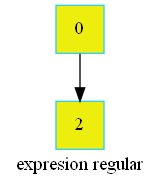
The Graphviz diagram SUB_grafo.png in betebetoven/EDDS2F2, before a commit. Its source is kept beside it as SUB_grafo.dot. The source it was exported from:
```dot
digraph G
{label="expresion regular"
        node[shape = square]
        node[style = filled]
        node[fillcolor = "#EEEEE"]
        node[color = "#EEEEE"]
        node[color = "#31CEF0"]

0->2}
```
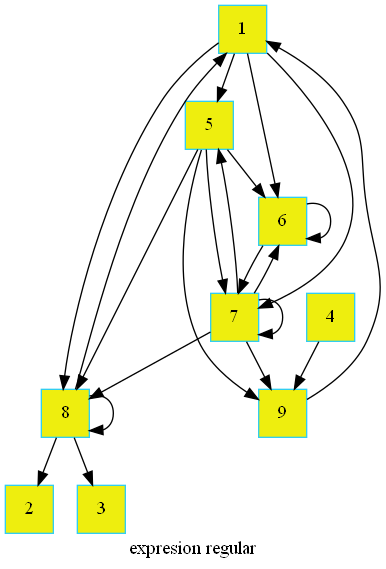
The same diagram one commit later.

The edit, as a diff of the source:
```diff
@@ -6,4 +6,24 @@
         node[color = "#EEEEE"]
         node[color = "#31CEF0"]
 
-0->2}
+1->5
+1->6
+1->7
+1->8
+4->9
+5->9
+5->6
+5->7
+5->8
+6->6
+6->7
+7->5
+7->6
+7->7
+7->8
+7->9
+8->1
+8->2
+8->3
+8->8
+9->1}
```
